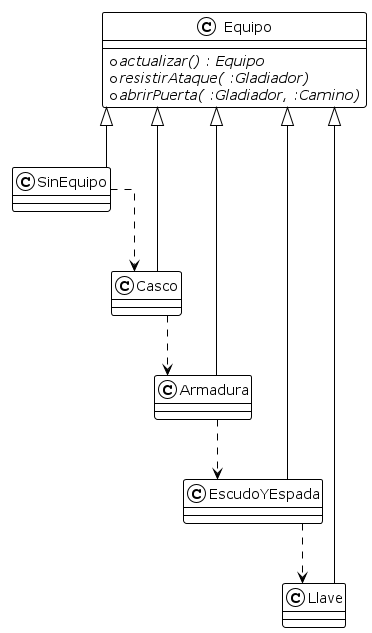
Earlier version of the PlantUML export diagrams/classes/clase_equipamiento.png (lautiland/TP2-ALGO3-ALGOROMA). The source it was exported from:
```plantuml
@startuml
!theme plain
skinparam groupInheritance 1
skinparam linetype ortho

Equipo <|-- SinEquipo
Equipo <|-- Casco
Equipo <|-- Armadura
Equipo <|-- EscudoYEspada
Equipo <|-- Llave

SinEquipo ..> Casco
Casco ..> Armadura
Armadura ..> EscudoYEspada
EscudoYEspada ..> Llave

Class Equipo{
    + {abstract} actualizar() : Equipo
    + {abstract} resistirAtaque( :Gladiador)
    + {abstract} abrirPuerta( :Gladiador, :Camino)
}

class SinEquipo{
}

class Casco{
}

class Armadura{
}

class EscudoYEspada {
}

class Llave {
}


@enduml
```
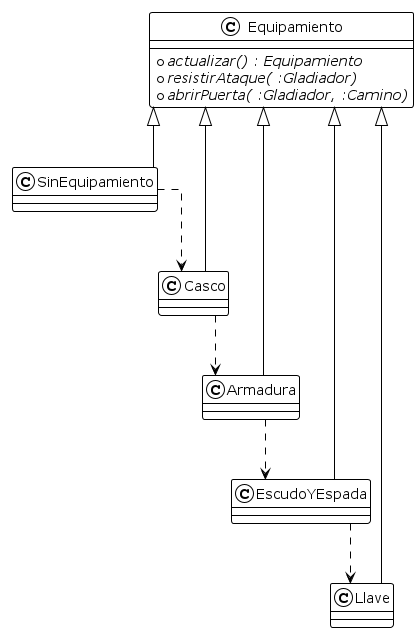
Above is the later version.

What changed in the source:
```diff
@@ -3,24 +3,24 @@
 skinparam groupInheritance 1
 skinparam linetype ortho
 
-Equipo <|-- SinEquipo
-Equipo <|-- Casco
-Equipo <|-- Armadura
-Equipo <|-- EscudoYEspada
-Equipo <|-- Llave
+Equipamiento <|-- SinEquipamiento
+Equipamiento <|-- Casco
+Equipamiento <|-- Armadura
+Equipamiento <|-- EscudoYEspada
+Equipamiento <|-- Llave
 
-SinEquipo ..> Casco
+SinEquipamiento ..> Casco
 Casco ..> Armadura
 Armadura ..> EscudoYEspada
 EscudoYEspada ..> Llave
 
-Class Equipo{
-    + {abstract} actualizar() : Equipo
+Class Equipamiento{
+    + {abstract} actualizar() : Equipamiento
     + {abstract} resistirAtaque( :Gladiador)
     + {abstract} abrirPuerta( :Gladiador, :Camino)
 }
 
-class SinEquipo{
+class SinEquipamiento{
 }
 
 class Casco{
```
